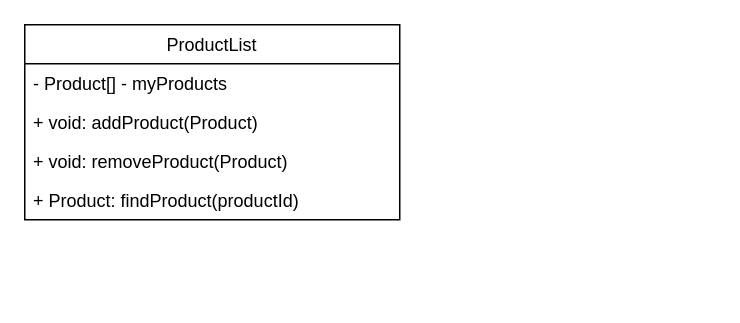
This is Project_1/Class_Diagrams/ProductList.drawio from chrismd2/CSci-430-Group-11, a draw.io file, before an edit. Source tidied: cells renumbered, new cells numbered last; positions are measured from the earlier drawing's top-left corner, leaving out a move shared by most shapes. Both pictures are drawn from the tidied source at 150%, with x=0, y=0 at pixel (24, 24).
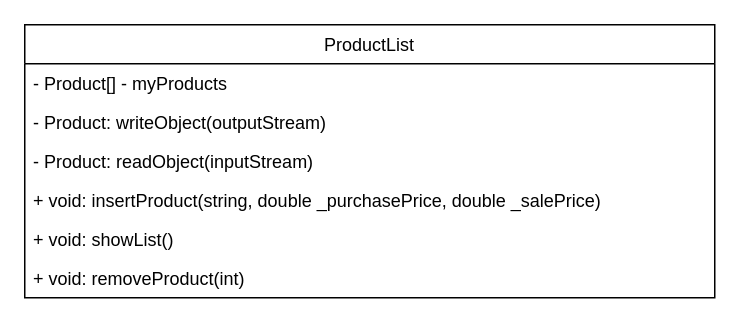
After the change.

Change to the diagram source:
```diff
@@
 <mxGraphModel>
   <root>
     <mxCell id="0" />
     <mxCell id="1" parent="0" />
     <mxCell id="2" value="ProductList" style="swimlane;fontStyle=0;horizontal=1;startSize=26;fillColor=none;" parent="1" vertex="1">
-      <mxGeometry width="250" height="130" as="geometry" />
+      <mxGeometry width="460" height="182" as="geometry" />
     </mxCell>
     <mxCell id="3" value="- Product[] - myProducts" style="text;strokeColor=none;fillColor=none;align=left;verticalAlign=top;spacingLeft=4;spacingRight=4;overflow=hidden;" parent="2" vertex="1">
-      <mxGeometry y="26" width="250" height="26" as="geometry" />
+      <mxGeometry y="26" width="460" height="26" as="geometry" />
     </mxCell>
+    <mxCell id="7" value="- Product: writeObject(outputStream)" style="text;strokeColor=none;fillColor=none;align=left;verticalAlign=top;spacingLeft=4;spacingRight=4;overflow=hidden;" parent="2" vertex="1">
+      <mxGeometry y="52" width="460" height="26" as="geometry" />
+    </mxCell>
+    <mxCell id="6" value="- Product: readObject(inputStream)" style="text;strokeColor=none;fillColor=none;align=left;verticalAlign=top;spacingLeft=4;spacingRight=4;overflow=hidden;" parent="2" vertex="1">
+      <mxGeometry y="78" width="460" height="26" as="geometry" />
+    </mxCell>
+    <mxCell id="8" value="+ void: insertProduct(string, double _purchasePrice, double _salePrice)" style="text;strokeColor=none;fillColor=none;align=left;verticalAlign=top;spacingLeft=4;spacingRight=4;overflow=hidden;" parent="2" vertex="1">
+      <mxGeometry y="104" width="460" height="26" as="geometry" />
+    </mxCell>
-    <mxCell id="4" value="+ void: addProduct(Product)" style="text;strokeColor=none;fillColor=none;align=left;verticalAlign=top;spacingLeft=4;spacingRight=4;overflow=hidden;" parent="2" vertex="1">
-      <mxGeometry y="52" width="250" height="26" as="geometry" />
+    <mxCell id="4" value="+ void: showList()" style="text;strokeColor=none;fillColor=none;align=left;verticalAlign=top;spacingLeft=4;spacingRight=4;overflow=hidden;" parent="2" vertex="1">
+      <mxGeometry y="130" width="460" height="26" as="geometry" />
     </mxCell>
-    <mxCell id="5" value="+ void: removeProduct(Product)&#10;" style="text;strokeColor=none;fillColor=none;align=left;verticalAlign=top;spacingLeft=4;spacingRight=4;overflow=hidden;" parent="2" vertex="1">
-      <mxGeometry y="78" width="250" height="26" as="geometry" />
+    <mxCell id="5" value="+ void: removeProduct(int)&#10;" style="text;strokeColor=none;fillColor=none;align=left;verticalAlign=top;spacingLeft=4;spacingRight=4;overflow=hidden;" parent="2" vertex="1">
+      <mxGeometry y="156" width="460" height="26" as="geometry" />
     </mxCell>
-    <mxCell id="6" value="+ Product: findProduct(productId)" style="text;strokeColor=none;fillColor=none;align=left;verticalAlign=top;spacingLeft=4;spacingRight=4;overflow=hidden;" parent="2" vertex="1">
-      <mxGeometry y="104" width="250" height="26" as="geometry" />
-    </mxCell>
   </root>
 </mxGraphModel>
```
